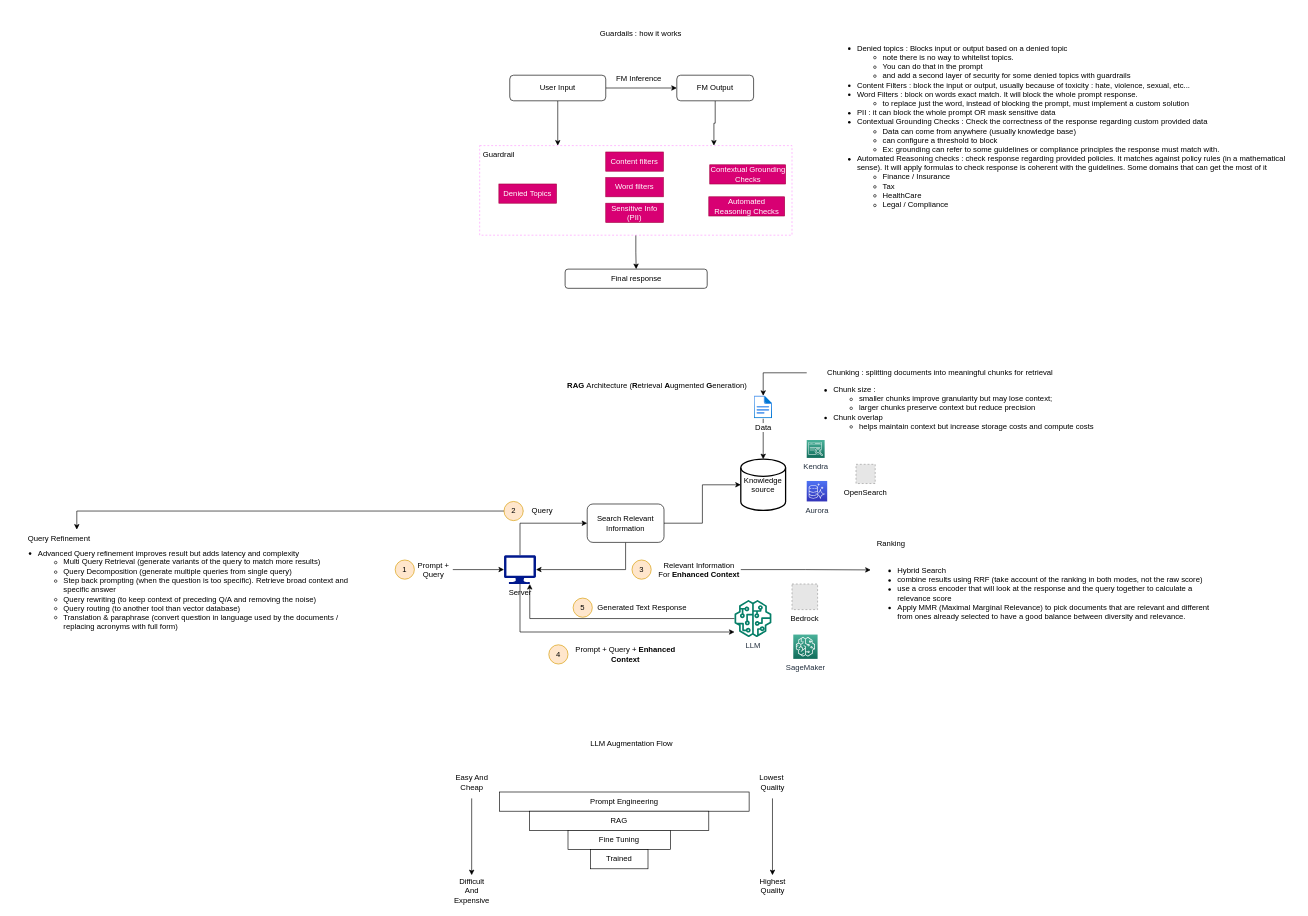
This is DiscoveryDays/AWS-GenAI.drawio from mcharouk/aws, a draw.io file, before an edit. Source tidied: cells renumbered, new cells numbered last; positions are measured from the earlier drawing's top-left corner, leaving out a move shared by most shapes. Both pictures are drawn from the tidied source at 64%, with x=0, y=0 at pixel (11, 24). Pictures stored in the file or linked from it are replaced by grey dashed boxes.
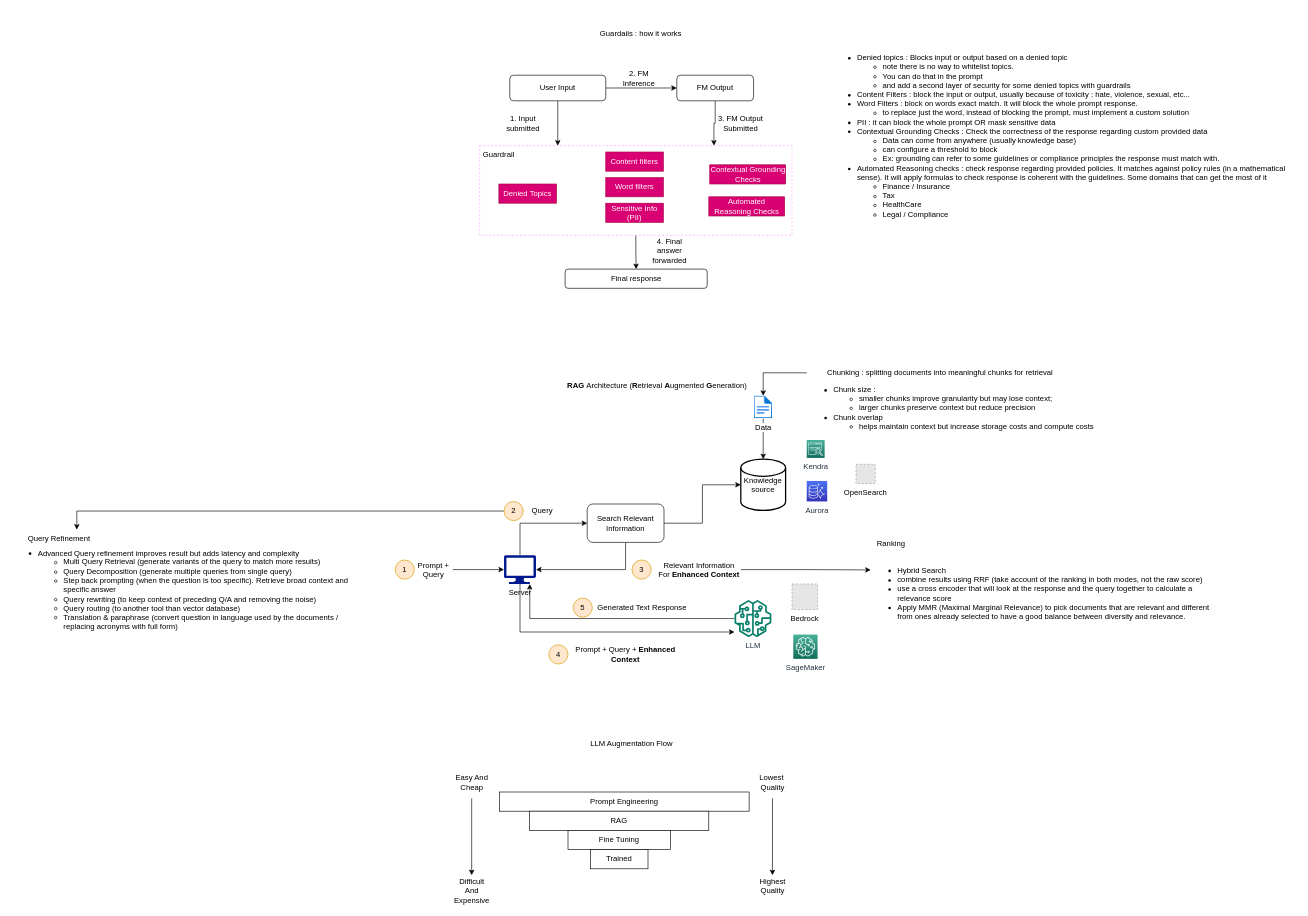
The same diagram, later.

What changed in the source:
```diff
@@
-    <mxCell id="56" value="FM Inference" style="text;html=1;strokeColor=none;fillColor=none;align=center;verticalAlign=middle;whiteSpace=wrap;rounded=0;" parent="1" vertex="1">
+    <mxCell id="56" value="2. FM Inference" style="text;html=1;strokeColor=none;fillColor=none;align=center;verticalAlign=middle;whiteSpace=wrap;rounded=0;" parent="1" vertex="1">
       <mxGeometry x="941" y="70" width="80" height="30" as="geometry" />
     </mxCell>
@@
     <mxCell id="60" value="&lt;ul&gt;&lt;li&gt;Denied topics : Blocks input or output based on a denied topic&lt;/li&gt;&lt;ul&gt;&lt;li&gt;note there is no way to whitelist topics.&amp;nbsp;&lt;/li&gt;&lt;li&gt;You can do that in the prompt&lt;/li&gt;&lt;li&gt;and add a second layer of security for some denied topics with guardrails&lt;/li&gt;&lt;/ul&gt;&lt;li&gt;Content Filters : block the input or output, usually because of toxicity : hate, violence, sexual, etc...&lt;/li&gt;&lt;li&gt;Word Filters : block on words exact match. It will block the whole prompt response.&lt;/li&gt;&lt;ul&gt;&lt;li&gt;to replace just the word, instead of blocking the prompt, must implement a custom solution&lt;/li&gt;&lt;/ul&gt;&lt;li&gt;PII : it can block the whole prompt OR mask sensitive data&lt;/li&gt;&lt;li&gt;Contextual Grounding Checks : Check the correctness of the response regarding custom provided data&amp;nbsp;&lt;/li&gt;&lt;ul&gt;&lt;li&gt;Data can come from anywhere (usually knowledge base)&lt;/li&gt;&lt;li&gt;can configure a threshold to block&lt;/li&gt;&lt;li&gt;Ex: grounding can refer to some guidelines or compliance principles the response must match with.&lt;/li&gt;&lt;/ul&gt;&lt;li&gt;Automated Reasoning checks : check response regarding provided policies. It matches against policy rules (in a mathematical sense). It will apply formulas to check response is coherent with the guidelines. Some domains that can get the most of it&lt;/li&gt;&lt;ul&gt;&lt;li&gt;Finance / Insurance&lt;/li&gt;&lt;li&gt;Tax&lt;/li&gt;&lt;li&gt;HealthCare&lt;/li&gt;&lt;li&gt;Legal / Compliance&lt;/li&gt;&lt;/ul&gt;&lt;/ul&gt;" style="text;html=1;strokeColor=none;fillColor=none;align=left;verticalAlign=middle;whiteSpace=wrap;rounded=0;" parent="1" vertex="1">
-      <mxGeometry x="1280" width="730" height="320" as="geometry" />
+      <mxGeometry x="1280" y="-20" width="730" height="390" as="geometry" />
     </mxCell>
@@
+    <mxCell id="68" value="1. Input submitted" style="text;html=1;align=center;verticalAlign=middle;whiteSpace=wrap;rounded=0;" parent="1" vertex="1">
+      <mxGeometry x="770" y="140" width="60" height="30" as="geometry" />
+    </mxCell>
+    <mxCell id="69" value="3. FM Output Submitted" style="text;html=1;strokeColor=none;fillColor=none;align=center;verticalAlign=middle;whiteSpace=wrap;rounded=0;" parent="1" vertex="1">
+      <mxGeometry x="1100" y="140" width="80" height="30" as="geometry" />
+    </mxCell>
+    <mxCell id="70" value="4. Final answer forwarded" style="text;html=1;strokeColor=none;fillColor=none;align=center;verticalAlign=middle;whiteSpace=wrap;rounded=0;" parent="1" vertex="1">
+      <mxGeometry x="989" y="340" width="80" height="30" as="geometry" />
+    </mxCell>
```
